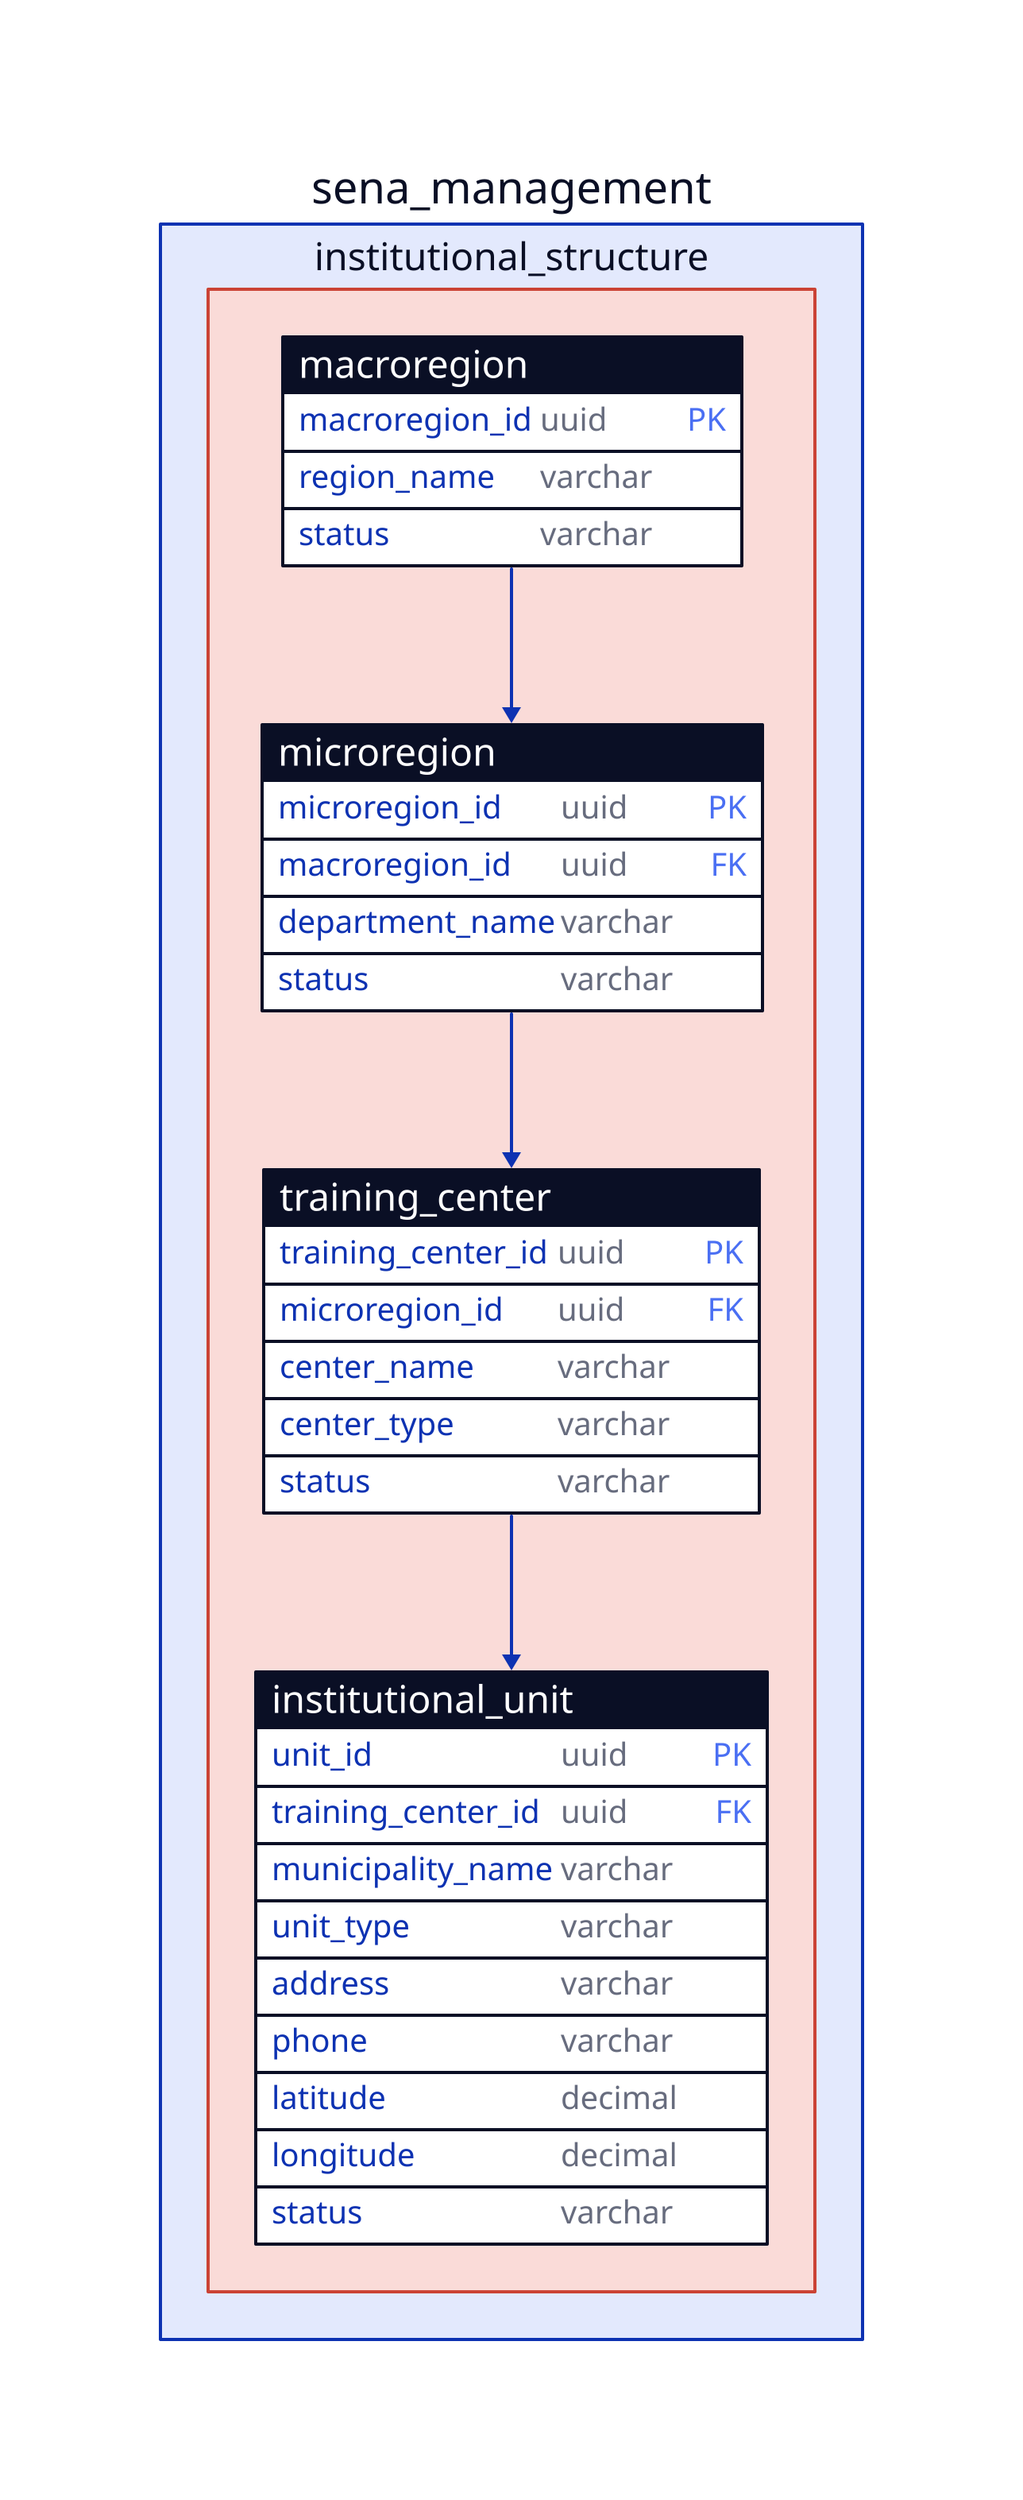
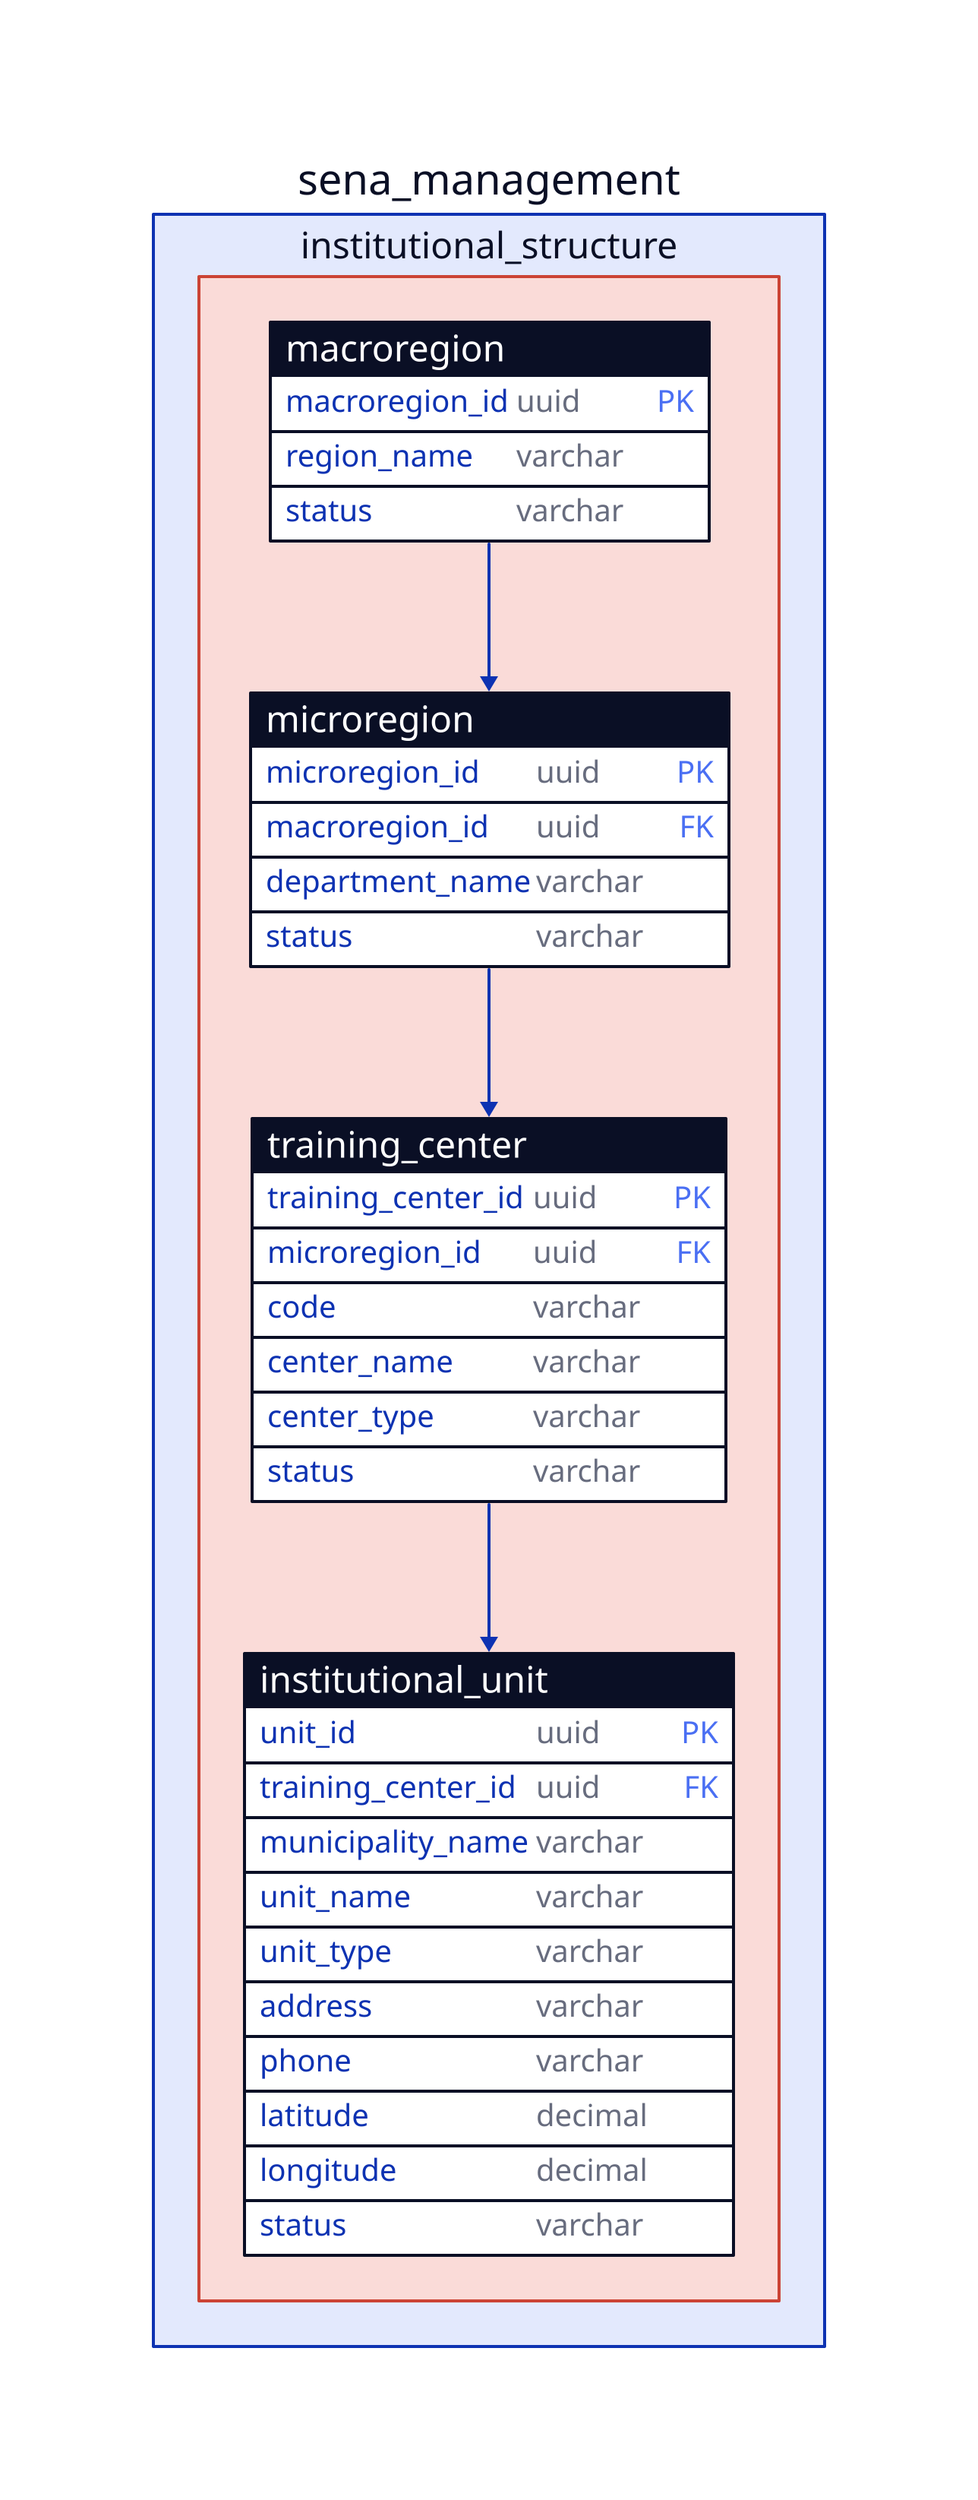
sena_management: {
  institutional_structure: {
    style.fill: "#FADBD8"
    style.stroke: "#CB4335"

    macroregion: {
      shape: sql_table

      macroregion_id: uuid {constraint: primary_key}
      region_name: varchar
      status: varchar
    }

    microregion: {
      shape: sql_table

      microregion_id: uuid {constraint: primary_key}
      macroregion_id: uuid {constraint: foreign_key}
      department_name: varchar
      status: varchar
    }

    training_center: {
      shape: sql_table

      training_center_id: uuid {constraint: primary_key}
      microregion_id: uuid {constraint: foreign_key}
+       code: varchar
      center_name: varchar
      center_type: varchar
      status: varchar
    }

    institutional_unit: {
      shape: sql_table

      unit_id: uuid {constraint: primary_key}
      training_center_id: uuid {constraint: foreign_key}
      municipality_name: varchar
+       unit_name: varchar
      unit_type: varchar
      address: varchar
      phone: varchar
      latitude: decimal
      longitude: decimal
      status: varchar
    }
  }

  institutional_structure.macroregion.macroregion_id -> institutional_structure.microregion.macroregion_id

  institutional_structure.microregion.microregion_id -> institutional_structure.training_center.microregion_id

  institutional_structure.training_center.training_center_id -> institutional_structure.institutional_unit.training_center_id
}
- 
- 
